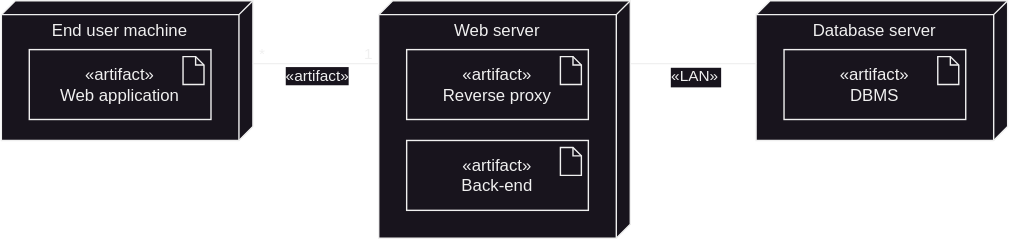
Above: src/assets/deployment-dark.svg in dnhansen/livinglab-docs (draw.io), before the change. Source tidied: cells renumbered, new cells last; positions are measured from the earlier drawing's top-left corner, leaving out a move shared by most shapes.
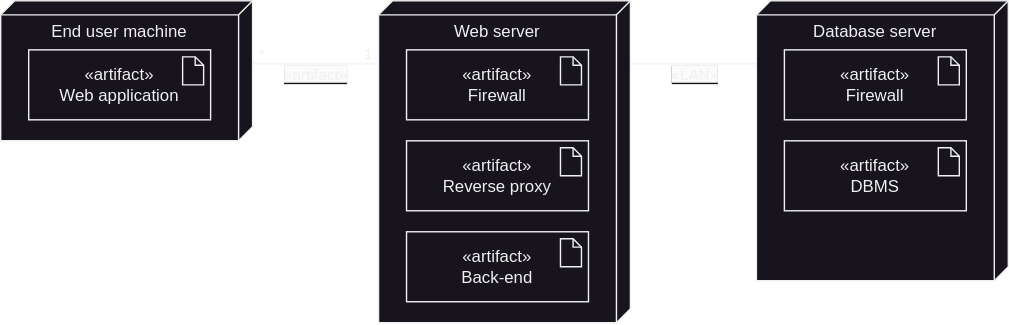
After the commit.

Change to the diagram source:
```diff
@@ -6,10 +6,10 @@
       <mxGeometry width="180" height="100" as="geometry" />
     </mxCell>
     <mxCell id="3" value="Web server" style="verticalAlign=top;align=center;spacingTop=8;spacingLeft=2;spacingRight=12;shape=cube;size=10;direction=south;fontStyle=0;html=1;whiteSpace=wrap;" parent="1" vertex="1">
-      <mxGeometry x="270" width="180" height="170" as="geometry" />
+      <mxGeometry x="270" width="180" height="230" as="geometry" />
     </mxCell>
     <mxCell id="4" value="Database server" style="verticalAlign=top;align=center;spacingTop=8;spacingLeft=2;spacingRight=12;shape=cube;size=10;direction=south;fontStyle=0;html=1;whiteSpace=wrap;" parent="1" vertex="1">
-      <mxGeometry x="540" width="180" height="100" as="geometry" />
+      <mxGeometry x="540" width="180" height="200" as="geometry" />
     </mxCell>
     <mxCell id="5" value="«artifact»&lt;br&gt;Web application" style="html=1;whiteSpace=wrap;" parent="1" vertex="1">
       <mxGeometry x="20" y="35" width="130" height="50" as="geometry" />
@@ -18,18 +18,18 @@
       <mxGeometry x="130" y="40" width="15" height="20" as="geometry" />
     </mxCell>
     <mxCell id="7" value="«artifact»&lt;br&gt;Reverse proxy" style="html=1;whiteSpace=wrap;" parent="1" vertex="1">
-      <mxGeometry x="290" y="35" width="130" height="50" as="geometry" />
+      <mxGeometry x="290" y="100" width="130" height="50" as="geometry" />
     </mxCell>
     <mxCell id="8" style="shape=note2;boundedLbl=1;whiteSpace=wrap;html=1;size=6;verticalAlign=top;align=center;" parent="1" vertex="1">
-      <mxGeometry x="400" y="40" width="15" height="20" as="geometry" />
+      <mxGeometry x="400" y="105" width="15" height="20" as="geometry" />
     </mxCell>
     <mxCell id="9" value="«artifact»&lt;br&gt;Back-end" style="html=1;whiteSpace=wrap;" parent="1" vertex="1">
-      <mxGeometry x="290" y="100" width="130" height="50" as="geometry" />
+      <mxGeometry x="290" y="165" width="130" height="50" as="geometry" />
     </mxCell>
     <mxCell id="10" style="shape=note2;boundedLbl=1;whiteSpace=wrap;html=1;size=6;verticalAlign=top;align=center;" parent="1" vertex="1">
-      <mxGeometry x="400" y="105" width="15" height="20" as="geometry" />
+      <mxGeometry x="400" y="170" width="15" height="20" as="geometry" />
     </mxCell>
-    <mxCell id="11" value="«artifact»&lt;br&gt;DBMS" style="html=1;whiteSpace=wrap;" parent="1" vertex="1">
+    <mxCell id="11" value="«artifact»&lt;br&gt;Firewall" style="html=1;whiteSpace=wrap;" parent="1" vertex="1">
       <mxGeometry x="560" y="35" width="130" height="50" as="geometry" />
     </mxCell>
     <mxCell id="12" style="shape=note2;boundedLbl=1;whiteSpace=wrap;html=1;size=6;verticalAlign=top;align=center;" parent="1" vertex="1">
@@ -40,7 +40,7 @@
         <mxPoint x="270" y="45" as="targetPoint" />
       </mxGeometry>
     </mxCell>
-    <mxCell id="14" value="&lt;span style=&quot;text-wrap: wrap;&quot;&gt;«artifact»&lt;/span&gt;" style="edgeLabel;html=1;align=center;verticalAlign=middle;fontSize=11;labelBackgroundColor=default;" parent="13" vertex="1">
+    <mxCell id="14" value="&lt;span style=&quot;text-wrap: wrap; background-color: rgb(251, 251, 251);&quot;&gt;«artifact»&lt;/span&gt;" style="edgeLabel;html=1;align=center;verticalAlign=middle;fontSize=11;" parent="13" vertex="1">
       <mxGeometry relative="1" as="geometry">
         <mxPoint y="8" as="offset" />
       </mxGeometry>
@@ -51,7 +51,7 @@
         <mxPoint x="540" y="45" as="targetPoint" />
       </mxGeometry>
     </mxCell>
-    <mxCell id="16" value="«LAN»" style="edgeLabel;align=center;verticalAlign=middle;fontSize=11;labelBackgroundColor=default;" parent="15" vertex="1">
+    <mxCell id="16" value="&lt;span style=&quot;text-wrap: wrap; background-color: rgb(251, 251, 251);&quot;&gt;«LAN»&lt;/span&gt;" style="edgeLabel;html=1;align=center;verticalAlign=middle;fontSize=11;" parent="15" vertex="1">
       <mxGeometry x="0.02" relative="1" as="geometry">
         <mxPoint y="8" as="offset" />
       </mxGeometry>
@@ -62,5 +62,17 @@
     <mxCell id="18" value="*" style="text;html=1;align=center;verticalAlign=middle;whiteSpace=wrap;rounded=0;fontSize=11;" parent="1" vertex="1">
       <mxGeometry x="182" y="30" width="10" height="15" as="geometry" />
     </mxCell>
+    <mxCell id="19" value="«artifact»&lt;br&gt;Firewall" style="html=1;whiteSpace=wrap;" parent="1" vertex="1">
+      <mxGeometry x="290" y="35" width="130" height="50" as="geometry" />
+    </mxCell>
+    <mxCell id="20" style="shape=note2;boundedLbl=1;whiteSpace=wrap;html=1;size=6;verticalAlign=top;align=center;" parent="1" vertex="1">
+      <mxGeometry x="400" y="40" width="15" height="20" as="geometry" />
+    </mxCell>
+    <mxCell id="21" value="«artifact»&lt;br&gt;DBMS" style="html=1;whiteSpace=wrap;" parent="1" vertex="1">
+      <mxGeometry x="560" y="100" width="130" height="50" as="geometry" />
+    </mxCell>
+    <mxCell id="22" style="shape=note2;boundedLbl=1;whiteSpace=wrap;html=1;size=6;verticalAlign=top;align=center;" parent="1" vertex="1">
+      <mxGeometry x="670" y="105" width="15" height="20" as="geometry" />
+    </mxCell>
   </root>
 </mxGraphModel>
```
